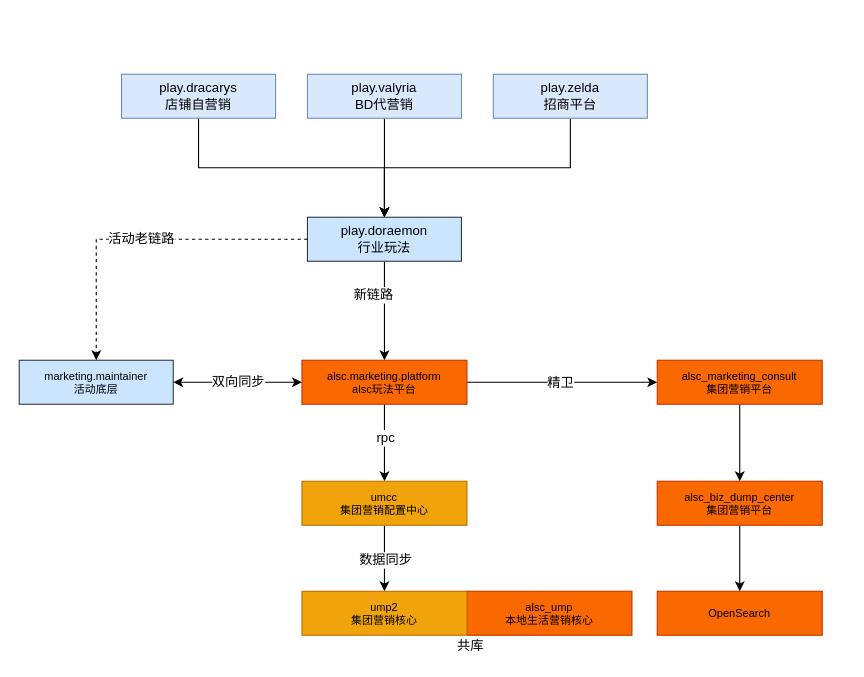
Earlier version of the draw.io diagram page "B端活动供给链路" (1 of 2) of 营销业务梳理.drawio (jon-kong/draw.io). Source tidied: cells renumbered, new cells numbered last; positions are measured from the earlier drawing's top-left corner, leaving out a move shared by most shapes. Both pictures are drawn from the tidied source at 110%, with x=0, y=0 at pixel (19, 74).
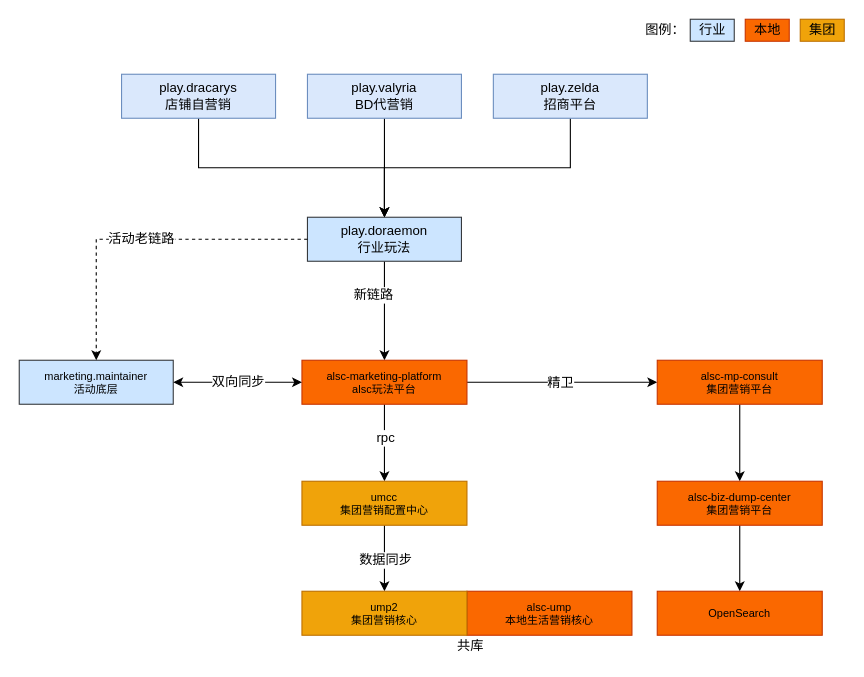
The same page after the edit.

Commit message:
Update 营销业务梳理.drawio

The edit, as a diff of the source:
```diff
@@
-    <mxCell id="13" value="alsc.marketing.platform&lt;br&gt;alsc玩法平台" style="rounded=0;fontSize=10;labelBackgroundColor=none;html=1;whiteSpace=wrap;fillColor=#fa6800;strokeColor=#C73500;fontColor=#000000;" parent="1" vertex="1">
+    <mxCell id="13" value="alsc-marketing-platform&lt;br&gt;alsc玩法平台" style="rounded=0;fontSize=10;labelBackgroundColor=none;html=1;whiteSpace=wrap;fillColor=#fa6800;strokeColor=#C73500;fontColor=#000000;" parent="1" vertex="1">
       <mxGeometry x="257" y="260" width="150" height="40" as="geometry" />
     </mxCell>
@@
-    <mxCell id="19" value="alsc_marketing_consult&lt;br&gt;集团营销平台" style="rounded=0;fontSize=10;labelBackgroundColor=none;html=1;whiteSpace=wrap;fillColor=#fa6800;fontColor=#000000;strokeColor=#C73500;" parent="1" vertex="1">
+    <mxCell id="19" value="alsc-mp-consult&lt;br&gt;集团营销平台" style="rounded=0;fontSize=10;labelBackgroundColor=none;html=1;whiteSpace=wrap;fillColor=#fa6800;fontColor=#000000;strokeColor=#C73500;" parent="1" vertex="1">
       <mxGeometry x="580" y="260" width="150" height="40" as="geometry" />
     </mxCell>
@@
-    <mxCell id="21" value="alsc_biz_dump_center&lt;br&gt;集团营销平台" style="rounded=0;fontSize=10;labelBackgroundColor=none;html=1;whiteSpace=wrap;fillColor=#fa6800;fontColor=#000000;strokeColor=#C73500;" parent="1" vertex="1">
+    <mxCell id="21" value="alsc-biz-dump-center&lt;br&gt;集团营销平台" style="rounded=0;fontSize=10;labelBackgroundColor=none;html=1;whiteSpace=wrap;fillColor=#fa6800;fontColor=#000000;strokeColor=#C73500;" parent="1" vertex="1">
       <mxGeometry x="580" y="370" width="150" height="40" as="geometry" />
     </mxCell>
@@
-    <mxCell id="23" value="alsc_ump&lt;br&gt;本地生活营销核心" style="rounded=0;fontSize=10;labelBackgroundColor=none;html=1;whiteSpace=wrap;fillColor=#fa6800;fontColor=#000000;strokeColor=#C73500;" parent="1" vertex="1">
+    <mxCell id="23" value="alsc-ump&lt;br&gt;本地生活营销核心" style="rounded=0;fontSize=10;labelBackgroundColor=none;html=1;whiteSpace=wrap;fillColor=#fa6800;fontColor=#000000;strokeColor=#C73500;" parent="1" vertex="1">
       <mxGeometry x="407" y="470" width="150" height="40" as="geometry" />
     </mxCell>
@@
+    <mxCell id="30" value="行业" style="text;html=1;align=center;verticalAlign=middle;strokeColor=#36393d;fillColor=#cce5ff;fontSize=12;" parent="1" vertex="1">
+      <mxGeometry x="610" y="-50" width="40" height="20" as="geometry" />
+    </mxCell>
+    <mxCell id="31" value="本地" style="text;html=1;align=center;verticalAlign=middle;strokeColor=#C73500;fillColor=#fa6800;fontSize=12;fontColor=#000000;" parent="1" vertex="1">
+      <mxGeometry x="660" y="-50" width="40" height="20" as="geometry" />
+    </mxCell>
+    <mxCell id="32" value="集团" style="text;html=1;align=center;verticalAlign=middle;strokeColor=#BD7000;fillColor=#f0a30a;fontSize=12;fontColor=#000000;" parent="1" vertex="1">
+      <mxGeometry x="710" y="-50" width="40" height="20" as="geometry" />
+    </mxCell>
+    <mxCell id="33" value="图例：" style="text;html=1;align=center;verticalAlign=middle;strokeColor=none;fillColor=none;fontSize=12;" parent="1" vertex="1">
+      <mxGeometry x="557" y="-50" width="60" height="20" as="geometry" />
+    </mxCell>
```
